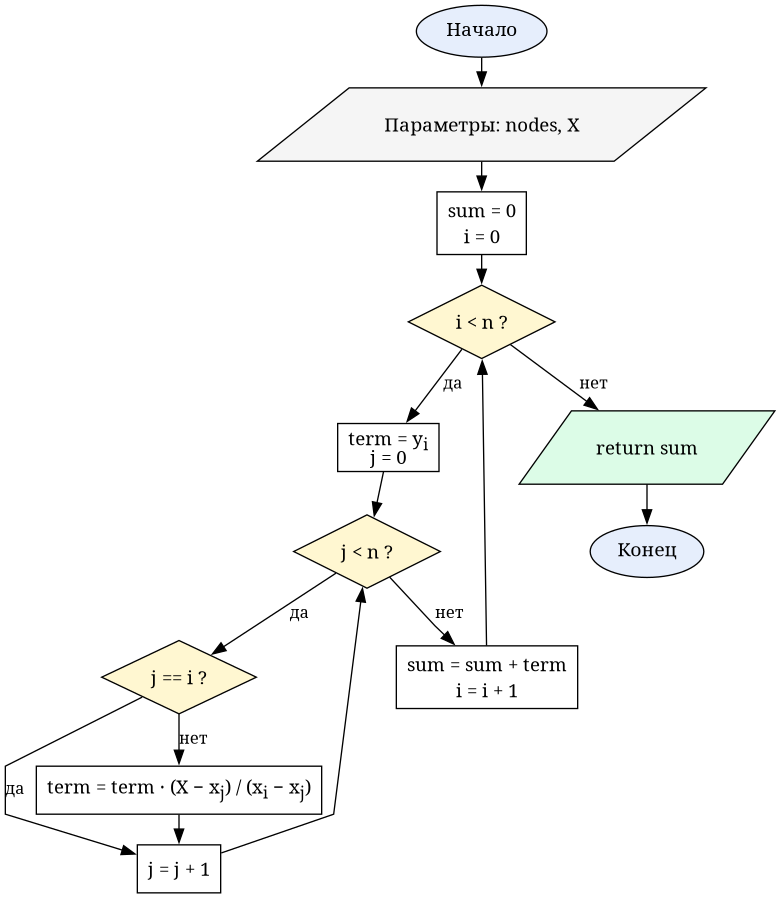
This is reports/resources/flowcharts/lab5_lagrange.png from Oriptal/calc-math-lab2, a Graphviz export, as it was before one commit. Its source is kept beside it as reports/resources/flowcharts/lab5_lagrange.dot. The source it was exported from:
```dot
digraph Lab5Lagrange {
  graph [fontname="CMU Serif", rankdir=TB, nodesep=0.25, ranksep=0.3, splines=polyline]
  node  [fontname="CMU Serif", fontsize=14, style="filled", fillcolor="#ffffff", color="#000000"]
  edge  [fontname="CMU Serif", fontsize=12, color="#000000"]

  start  [label="Начало", shape=oval, fillcolor="#e6eefc"]
  input  [label=<Параметры: nodes, X>, shape=parallelogram, fillcolor="#f5f5f5"]
  init   [label=<sum = 0<BR/>i = 0>, shape=box]
  chki   [label=<i &lt; n ?>, shape=diamond, fillcolor="#fff7d1"]
  termi  [label=<term = y<SUB>i</SUB><BR/>j = 0>, shape=box]
  chkj   [label=<j &lt; n ?>, shape=diamond, fillcolor="#fff7d1"]
  chkeq  [label=<j == i ?>, shape=diamond, fillcolor="#fff7d1"]
  mul    [label=<term = term · (X − x<SUB>j</SUB>) / (x<SUB>i</SUB> − x<SUB>j</SUB>)>, shape=box]
  nextj  [label=<j = j + 1>, shape=box]
  addt   [label=<sum = sum + term<BR/>i = i + 1>, shape=box]
  output [label=<return sum>, shape=parallelogram, fillcolor="#dcfce7"]
  stop   [label="Конец", shape=oval, fillcolor="#e6eefc"]

  start -> input -> init -> chki
  chki -> termi [label="да"]
  termi -> chkj
  chkj -> chkeq [label="да"]
  chkeq -> nextj [label="да"]
  chkeq -> mul [label="нет"]
  mul -> nextj
  nextj -> chkj
  chkj -> addt [label="нет"]
  addt -> chki
  chki -> output [label="нет"]
  output -> stop
}
```
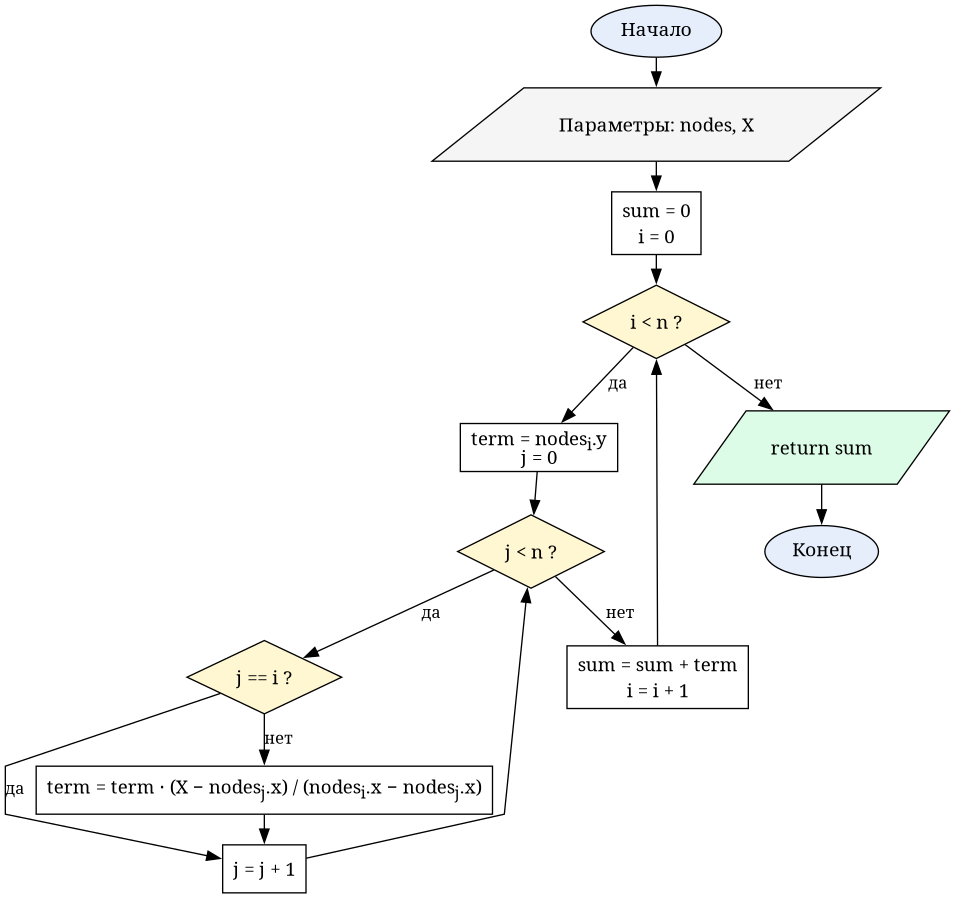
Above is the later version.

Change to the diagram source:
```diff
@@ -7,10 +7,10 @@
   input  [label=<Параметры: nodes, X>, shape=parallelogram, fillcolor="#f5f5f5"]
   init   [label=<sum = 0<BR/>i = 0>, shape=box]
   chki   [label=<i &lt; n ?>, shape=diamond, fillcolor="#fff7d1"]
-  termi  [label=<term = y<SUB>i</SUB><BR/>j = 0>, shape=box]
+  termi  [label=<term = nodes<SUB>i</SUB>.y<BR/>j = 0>, shape=box]
   chkj   [label=<j &lt; n ?>, shape=diamond, fillcolor="#fff7d1"]
   chkeq  [label=<j == i ?>, shape=diamond, fillcolor="#fff7d1"]
-  mul    [label=<term = term · (X − x<SUB>j</SUB>) / (x<SUB>i</SUB> − x<SUB>j</SUB>)>, shape=box]
+  mul    [label=<term = term · (X − nodes<SUB>j</SUB>.x) / (nodes<SUB>i</SUB>.x − nodes<SUB>j</SUB>.x)>, shape=box]
   nextj  [label=<j = j + 1>, shape=box]
   addt   [label=<sum = sum + term<BR/>i = i + 1>, shape=box]
   output [label=<return sum>, shape=parallelogram, fillcolor="#dcfce7"]
```
